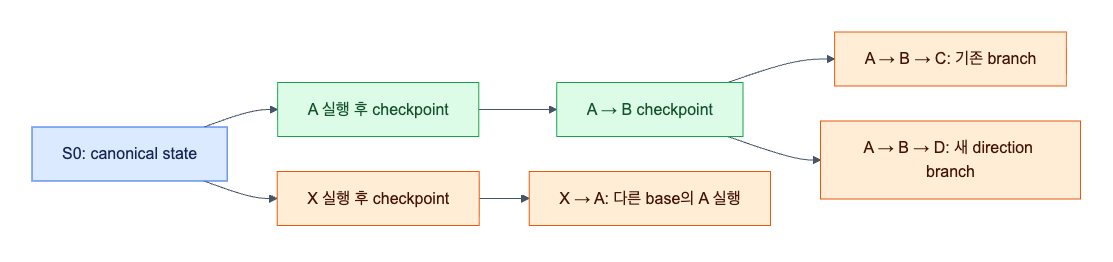
The Mermaid diagram docs/assets/diagrams/diagram-18.png in djm07073/baton-research, before a commit. Its source is kept beside it as docs/assets/diagrams/diagram-18.mmd.
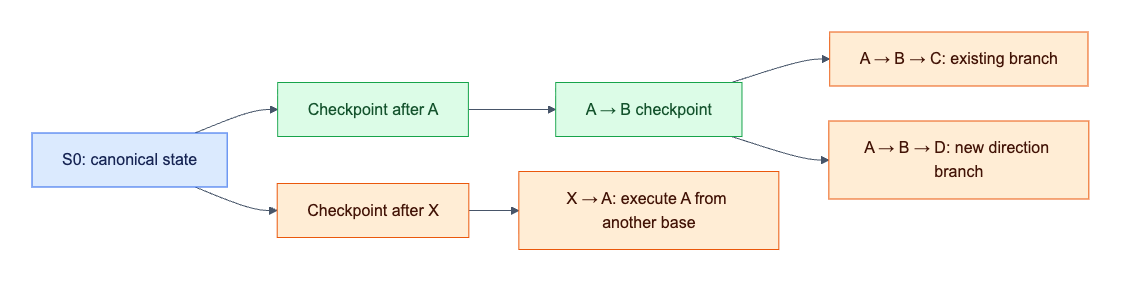
Later version of the same file.

Change to the diagram source:
```diff
@@ -1,10 +1,10 @@
 flowchart LR
-    S[S0: canonical state] --> A[A 실행 후 checkpoint]
+    S[S0: canonical state] --> A[Checkpoint after A]
     A --> AB[A → B checkpoint]
-    AB --> ABC[A → B → C: 기존 branch]
-    AB --> ABD[A → B → D: 새 direction branch]
-    S --> X[X 실행 후 checkpoint]
-    X --> XA[X → A: 다른 base의 A 실행]
+    AB --> ABC[A → B → C: existing branch]
+    AB --> ABD[A → B → D: new direction branch]
+    S --> X[Checkpoint after X]
+    X --> XA[X → A: execute A from another base]
     classDef canonical fill:#dbeafe,stroke:#2563eb,color:#172554;
     classDef reuse fill:#dcfce7,stroke:#16a34a,color:#14532d;
     classDef pending fill:#ffedd5,stroke:#ea580c,color:#431407;
```
